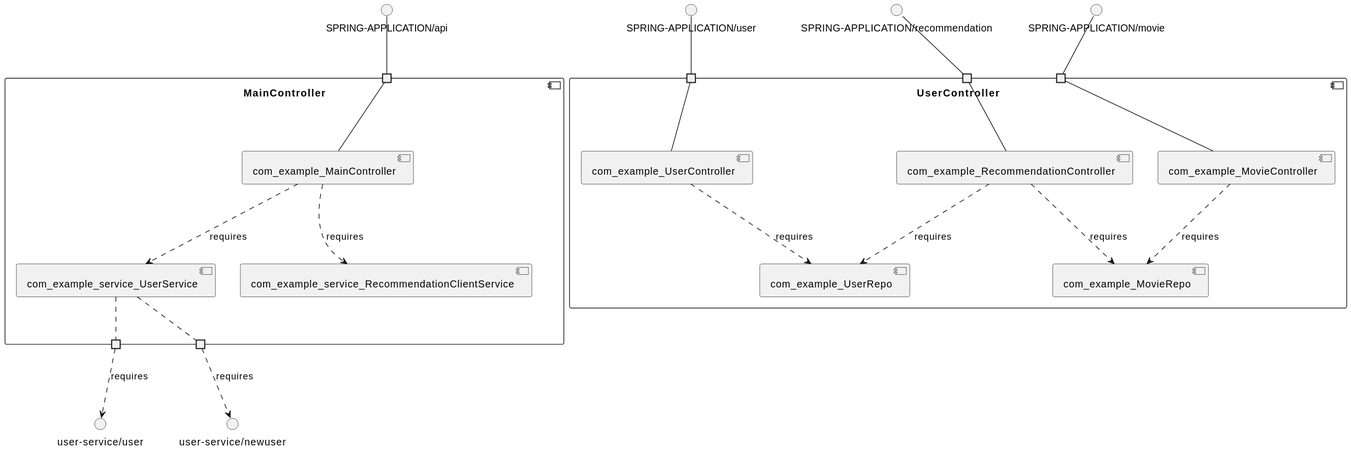
Before: mdeket-spring-cloud-movie-recommendation/model_re/uml/componentDiagram.svg, a diagram exported from PlantUML (View-Based-Reverse-Engineering/Retriever-Benchmark).
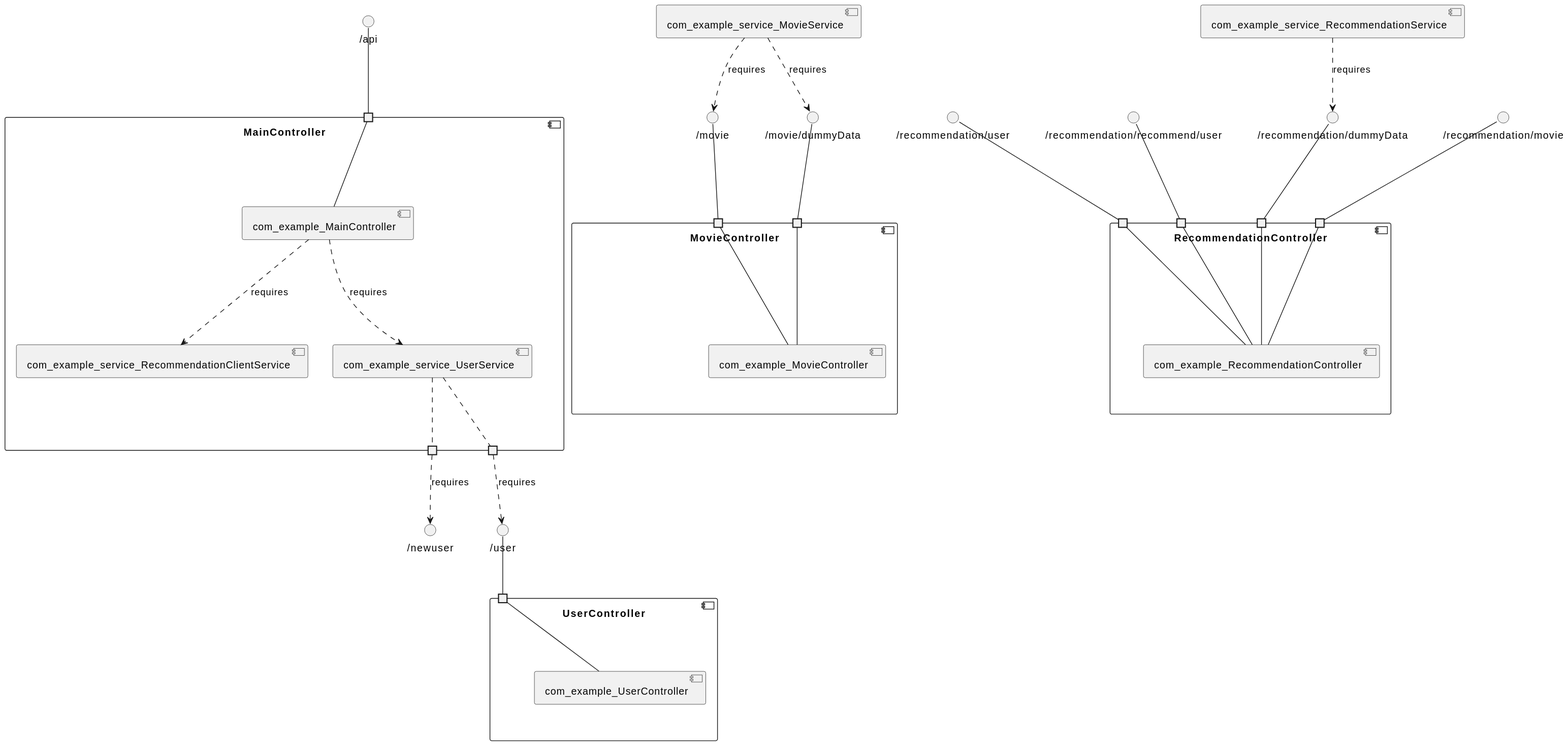
Later version of the same file.

What changed in the source:
```diff
@@ -1,45 +1,65 @@
 @startuml
 skinparam fixCircleLabelOverlapping true
 component "MainController\n\n\n\n\n\n" {
+[com_example_MainController]
+[com_example_service_UserService]
 [com_example_service_RecommendationClientService]
-[com_example_service_UserService]
-[com_example_MainController]
-portin " " as MainController.requires.SPRING_APPLICATION_api
-portout " " as MainController.provides.user_service_user
-portout " " as MainController.provides.user_service_newuser
+portin " " as MainController.requires._api
+portout " " as MainController.provides._newuser
+portout " " as MainController.provides._user
 [com_example_MainController]..>[com_example_service_UserService] : requires
 [com_example_MainController]..>[com_example_service_RecommendationClientService] : requires
-"MainController.requires.SPRING_APPLICATION_api"--[com_example_MainController]
-[com_example_service_UserService].."MainController.provides.user_service_newuser"
-[com_example_service_UserService].."MainController.provides.user_service_user"
+"MainController.requires._api"--[com_example_MainController]
+[com_example_service_UserService].."MainController.provides._user"
+[com_example_service_UserService].."MainController.provides._newuser"
 }
-interface "SPRING-APPLICATION/api" as interface.SPRING_APPLICATION_api
-interface.SPRING_APPLICATION_api--"MainController.requires.SPRING_APPLICATION_api"
-interface "user-service/newuser" as interface.user_service_newuser
-"MainController.provides.user_service_newuser"..>interface.user_service_newuser : requires
-interface "user-service/user" as interface.user_service_user
-"MainController.provides.user_service_user"..>interface.user_service_user : requires
+interface "/api" as interface._api
+interface._api--"MainController.requires._api"
+interface "/user" as interface._user
+"MainController.provides._user"..>interface._user : requires
+interface "/newuser" as interface._newuser
+"MainController.provides._newuser"..>interface._newuser : requires
+component "MovieController\n\n\n\n\n\n" {
+[com_example_MovieController]
+portin " " as MovieController.requires._movie_dummyData
+portin " " as MovieController.requires._movie
+"MovieController.requires._movie_dummyData"--[com_example_MovieController]
+"MovieController.requires._movie"--[com_example_MovieController]
+}
+interface "/movie/dummyData" as interface._movie_dummyData
+interface._movie_dummyData--"MovieController.requires._movie_dummyData"
+interface "/movie" as interface._movie
+interface._movie--"MovieController.requires._movie"
+component "RecommendationController\n\n\n\n\n\n" {
+[com_example_RecommendationController]
+portin " " as RecommendationController.requires._recommendation_dummyData
+portin " " as RecommendationController.requires._recommendation_movie
+portin " " as RecommendationController.requires._recommendation_user
+portin " " as RecommendationController.requires._recommendation_recommend_user
+"RecommendationController.requires._recommendation_user"--[com_example_RecommendationController]
+"RecommendationController.requires._recommendation_dummyData"--[com_example_RecommendationController]
+"RecommendationController.requires._recommendation_recommend_user"--[com_example_RecommendationController]
+"RecommendationController.requires._recommendation_movie"--[com_example_RecommendationController]
+}
+interface "/recommendation/user" as interface._recommendation_user
+interface._recommendation_user--"RecommendationController.requires._recommendation_user"
+interface "/recommendation/dummyData" as interface._recommendation_dummyData
+interface._recommendation_dummyData--"RecommendationController.requires._recommendation_dummyData"
+interface "/recommendation/recommend/user" as interface._recommendation_recommend_user
+interface._recommendation_recommend_user--"RecommendationController.requires._recommendation_recommend_user"
+interface "/recommendation/movie" as interface._recommendation_movie
+interface._recommendation_movie--"RecommendationController.requires._recommendation_movie"
 component "UserController\n\n\n\n\n\n" {
-[com_example_MovieRepo]
-[com_example_RecommendationController]
-[com_example_UserRepo]
 [com_example_UserController]
-[com_example_MovieController]
-portin " " as UserController.requires.SPRING_APPLICATION_user
-portin " " as UserController.requires.SPRING_APPLICATION_movie
-portin " " as UserController.requires.SPRING_APPLICATION_recommendation
-[com_example_RecommendationController]..>[com_example_MovieRepo] : requires
-[com_example_MovieController]..>[com_example_MovieRepo] : requires
-[com_example_RecommendationController]..>[com_example_UserRepo] : requires
-[com_example_UserController]..>[com_example_UserRepo] : requires
-"UserController.requires.SPRING_APPLICATION_user"--[com_example_UserController]
-"UserController.requires.SPRING_APPLICATION_recommendation"--[com_example_RecommendationController]
-"UserController.requires.SPRING_APPLICATION_movie"--[com_example_MovieController]
+portin " " as UserController.requires._user
+"UserController.requires._user"--[com_example_UserController]
 }
-interface "SPRING-APPLICATION/user" as interface.SPRING_APPLICATION_user
-interface.SPRING_APPLICATION_user--"UserController.requires.SPRING_APPLICATION_user"
-interface "SPRING-APPLICATION/recommendation" as interface.SPRING_APPLICATION_recommendation
-interface.SPRING_APPLICATION_recommendation--"UserController.requires.SPRING_APPLICATION_recommendation"
-interface "SPRING-APPLICATION/movie" as interface.SPRING_APPLICATION_movie
-interface.SPRING_APPLICATION_movie--"UserController.requires.SPRING_APPLICATION_movie"
+interface "/user" as interface._user
+interface._user--"UserController.requires._user"
+interface "/movie" as interface._movie
+[com_example_service_MovieService]..>interface._movie : requires
+interface "/movie/dummyData" as interface._movie_dummyData
+[com_example_service_MovieService]..>interface._movie_dummyData : requires
+interface "/recommendation/dummyData" as interface._recommendation_dummyData
+[com_example_service_RecommendationService]..>interface._recommendation_dummyData : requires
 @enduml
```
